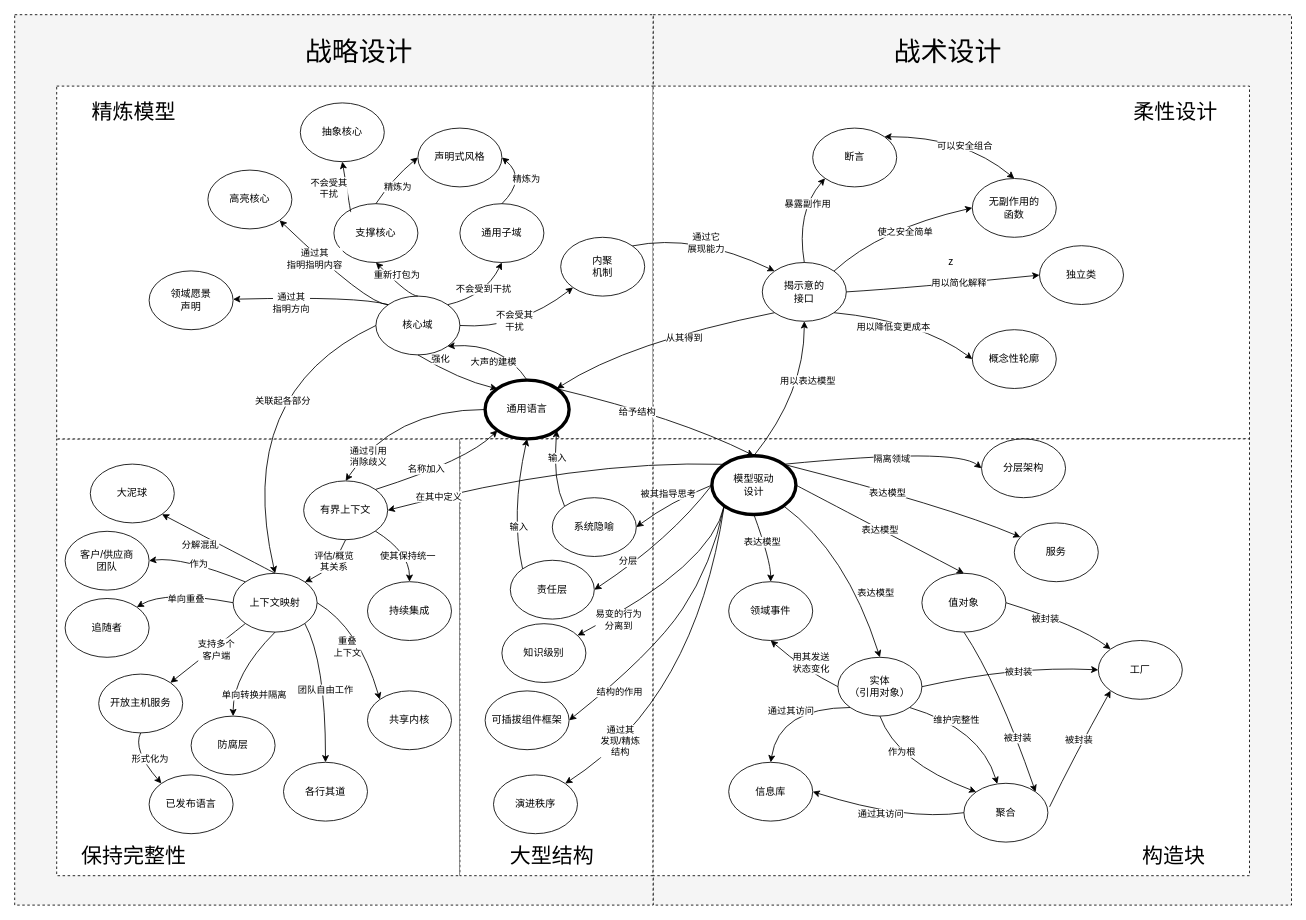
wizardbyron/guides keeps this draw.io diagram as docs/arch/ddd/ddd-full.drawio. Above is the earlier version. Source tidied: cells renumbered, new cells numbered last; positions are measured from the earlier drawing's top-left corner, leaving out a move shared by most shapes. Both pictures are drawn from the tidied source at 84%, with x=0, y=0 at pixel (14, 14).
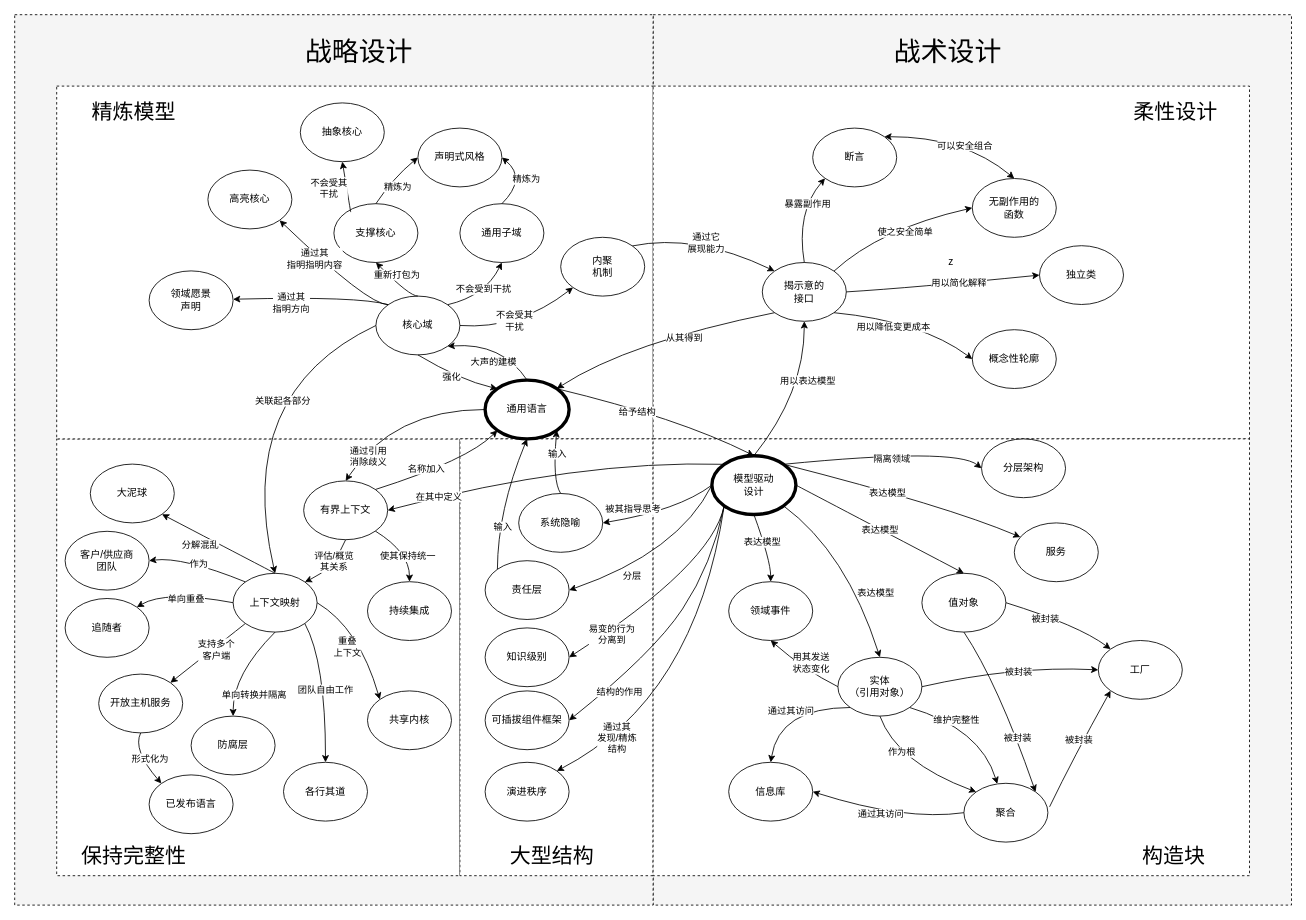
The same page after the edit.

Unchanged cells that the change refers to:
```xml
<mxCell id="9" value="通用语言" style="ellipse;whiteSpace=wrap;html=1;strokeWidth=4;" parent="1" vertex="1">
  <mxGeometry x="560" y="435" width="100" height="70" as="geometry" />
</mxCell>
<mxCell id="10" value="模型驱动&lt;br&gt;设计" style="ellipse;whiteSpace=wrap;html=1;strokeWidth=4;" parent="1" vertex="1">
  <mxGeometry x="830" y="525" width="100" height="70" as="geometry" />
</mxCell>
<mxCell id="113" style="curved=1;endArrow=classic;html=1;rounded=0;exitX=0.5;exitY=1;exitDx=0;exitDy=0;entryX=0;entryY=0;entryDx=0;entryDy=0;" parent="1" edge="1" source="13" target="9">
  <mxGeometry relative="1" as="geometry">
    <Array as="points">
      <mxPoint x="530" y="435" />
    </Array>
  </mxGeometry>
</mxCell>
```

The edit, as a diff of the source:
```diff
@@
     <mxCell id="114" value="强化" style="edgeLabel;html=1;align=center;verticalAlign=middle;" parent="113" vertex="1">
-      <mxGeometry x="-0.52" y="10" relative="1" as="geometry" />
+      <mxGeometry x="-0.52" y="10" relative="1" as="geometry">
+        <mxPoint x="13" y="21" as="offset" />
+      </mxGeometry>
     </mxCell>
@@
     <mxCell id="133" value="系统隐喻" style="ellipse;whiteSpace=wrap;html=1;" parent="1" vertex="1">
-      <mxGeometry x="640" y="575" width="100" height="70" as="geometry" />
+      <mxGeometry x="600" y="570" width="100" height="70" as="geometry" />
     </mxCell>
     <mxCell id="134" value="责任层" style="ellipse;whiteSpace=wrap;html=1;" parent="1" vertex="1">
-      <mxGeometry x="590" y="649.5" width="100" height="70" as="geometry" />
+      <mxGeometry x="560" y="650" width="100" height="70" as="geometry" />
     </mxCell>
     <mxCell id="135" value="知识级别" style="ellipse;whiteSpace=wrap;html=1;" parent="1" vertex="1">
-      <mxGeometry x="580" y="725" width="100" height="70" as="geometry" />
+      <mxGeometry x="560" y="730" width="100" height="70" as="geometry" />
     </mxCell>
@@
     <mxCell id="137" style="curved=1;endArrow=classic;html=1;rounded=0;entryX=1;entryY=0.5;entryDx=0;entryDy=0;exitX=0;exitY=0.5;exitDx=0;exitDy=0;" parent="1" edge="1" source="10" target="133">
       <mxGeometry relative="1" as="geometry">
         <Array as="points">
-          <mxPoint x="780" y="580" />
+          <mxPoint x="790" y="590" />
         </Array>
       </mxGeometry>
     </mxCell>
     <mxCell id="138" value="被其指导思考" style="edgeLabel;html=1;align=center;verticalAlign=middle;" parent="137" vertex="1">
-      <mxGeometry x="0.03" y="-10" relative="1" as="geometry" />
+      <mxGeometry x="0.03" y="-10" relative="1" as="geometry">
+        <mxPoint x="-30" y="5" as="offset" />
+      </mxGeometry>
     </mxCell>
     <mxCell id="139" style="curved=1;endArrow=classic;html=1;rounded=0;entryX=1;entryY=0.5;entryDx=0;entryDy=0;exitX=0;exitY=0.5;exitDx=0;exitDy=0;" parent="1" edge="1" source="10" target="134">
       <mxGeometry relative="1" as="geometry">
         <Array as="points">
-          <mxPoint x="780" y="625" />
+          <mxPoint x="790" y="640" />
         </Array>
       </mxGeometry>
     </mxCell>
@@
     <mxCell id="141" style="curved=1;endArrow=classic;html=1;rounded=0;exitX=0;exitY=0;exitDx=0;exitDy=0;entryX=0.5;entryY=1;entryDx=0;entryDy=0;" parent="1" edge="1" source="134" target="9">
       <mxGeometry relative="1" as="geometry">
         <Array as="points">
-          <mxPoint x="590" y="595" />
+          <mxPoint x="575" y="590" />
         </Array>
       </mxGeometry>
     </mxCell>
@@
-    <mxCell id="143" style="curved=1;endArrow=classic;html=1;rounded=0;exitX=0;exitY=0;exitDx=0;exitDy=0;entryX=1;entryY=1;entryDx=0;entryDy=0;" parent="1" edge="1" source="133" target="9">
+    <mxCell id="143" style="curved=1;endArrow=classic;html=1;rounded=0;entryX=1;entryY=1;entryDx=0;entryDy=0;exitX=0.5;exitY=0;exitDx=0;exitDy=0;" parent="1" edge="1" source="133" target="9">
       <mxGeometry relative="1" as="geometry">
         <Array as="points">
           <mxPoint x="640" y="555" />
         </Array>
       </mxGeometry>
     </mxCell>
@@
-    <mxCell id="147" style="curved=1;endArrow=classic;html=1;rounded=0;exitX=0;exitY=1;exitDx=0;exitDy=0;" parent="1" edge="1" source="10" target="135">
+    <mxCell id="147" style="curved=1;endArrow=classic;html=1;rounded=0;exitX=0;exitY=1;exitDx=0;exitDy=0;entryX=1;entryY=0.5;entryDx=0;entryDy=0;" parent="1" edge="1" source="10" target="135">
       <mxGeometry relative="1" as="geometry">
         <Array as="points">
           <mxPoint x="830" y="655" />
         </Array>
       </mxGeometry>
     </mxCell>
@@
     <mxCell id="149" value="演进秩序" style="ellipse;whiteSpace=wrap;html=1;" parent="1" vertex="1">
-      <mxGeometry x="570" y="905" width="100" height="70" as="geometry" />
+      <mxGeometry x="560" y="890" width="100" height="70" as="geometry" />
     </mxCell>
```
